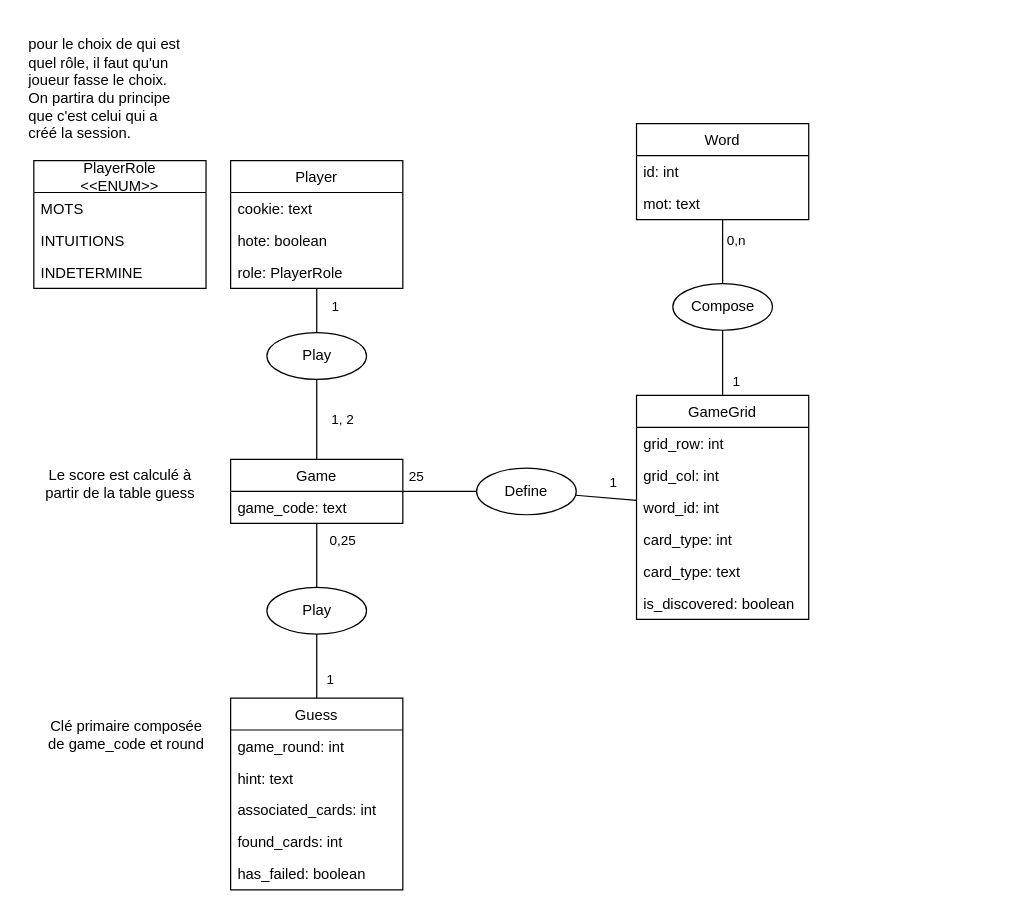
Earlier version of the draw.io diagram page "entité-relations" (1 of 2) of conception.drawio (ArnoBidet/PolyNames). Source tidied: cells renumbered, new cells numbered last; positions are measured from the earlier drawing's top-left corner, leaving out a move shared by most shapes. Both pictures are drawn from the tidied source at 123%, with x=0, y=0 at pixel (21, 21).
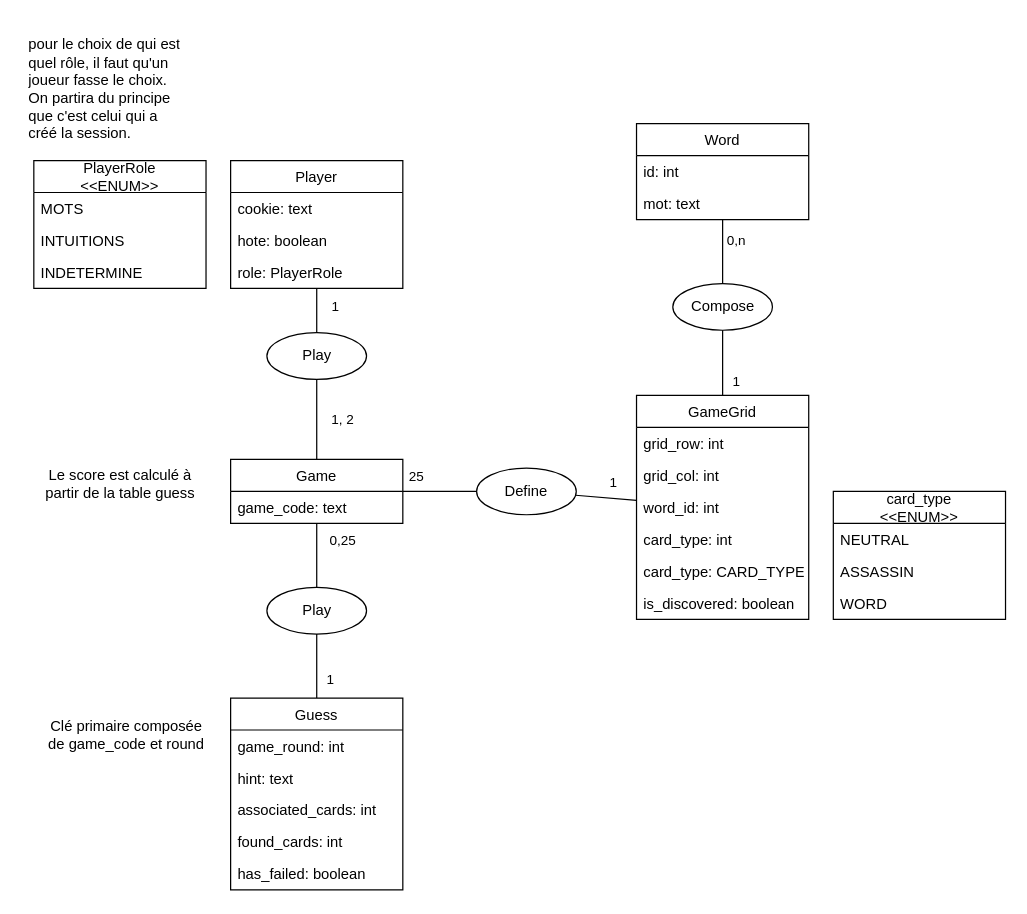
The same page after the edit.

Unchanged cells that the change refers to:
```xml
<mxCell id="2" value="GameGrid" style="swimlane;fontStyle=0;horizontal=1;startSize=26;fillColor=none;" parent="1" vertex="1">
  <mxGeometry x="500" y="304" width="140" height="182" as="geometry" />
</mxCell>
```

Change to the diagram source:
```diff
@@
-    <mxCell id="7" value="card_type: text" style="text;strokeColor=none;fillColor=none;align=left;verticalAlign=top;spacingLeft=4;spacingRight=4;overflow=hidden;" parent="2" vertex="1">
+    <mxCell id="7" value="card_type: CARD_TYPE" style="text;strokeColor=none;fillColor=none;align=left;verticalAlign=top;spacingLeft=4;spacingRight=4;overflow=hidden;" parent="2" vertex="1">
       <mxGeometry y="130" width="140" height="26" as="geometry" />
     </mxCell>
@@
+    <mxCell id="52" value="card_type&#10;&lt;&lt;ENUM&gt;&gt;" style="swimlane;fontStyle=0;horizontal=1;startSize=26;fillColor=none;" parent="1" vertex="1">
+      <mxGeometry x="660" y="382" width="140" height="104" as="geometry" />
+    </mxCell>
+    <mxCell id="53" value="NEUTRAL" style="text;strokeColor=none;fillColor=none;align=left;verticalAlign=top;spacingLeft=4;spacingRight=4;overflow=hidden;" parent="52" vertex="1">
+      <mxGeometry y="26" width="140" height="26" as="geometry" />
+    </mxCell>
+    <mxCell id="54" value="ASSASSIN" style="text;strokeColor=none;fillColor=none;align=left;verticalAlign=top;spacingLeft=4;spacingRight=4;overflow=hidden;" parent="52" vertex="1">
+      <mxGeometry y="52" width="140" height="26" as="geometry" />
+    </mxCell>
+    <mxCell id="55" value="WORD" style="text;strokeColor=none;fillColor=none;align=left;verticalAlign=top;spacingLeft=4;spacingRight=4;overflow=hidden;" parent="52" vertex="1">
+      <mxGeometry y="78" width="140" height="26" as="geometry" />
+    </mxCell>
```
